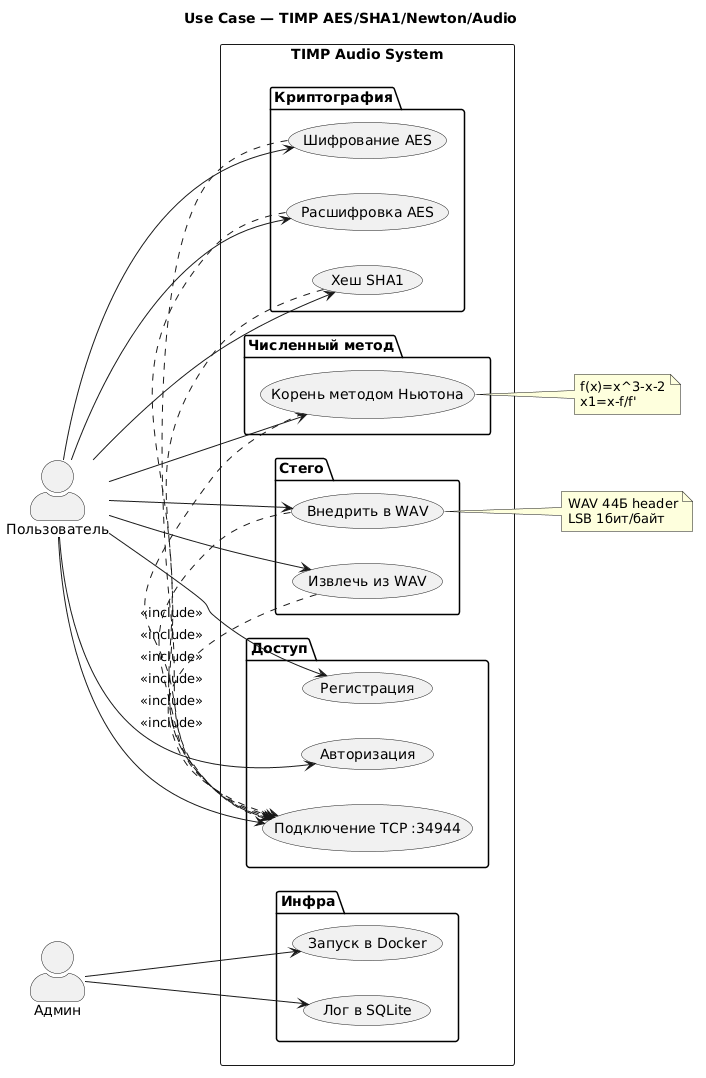
This is Docs/diagrams/usecase.png from mongol110/TIMP_2026, a PlantUML export, as it was before one commit.
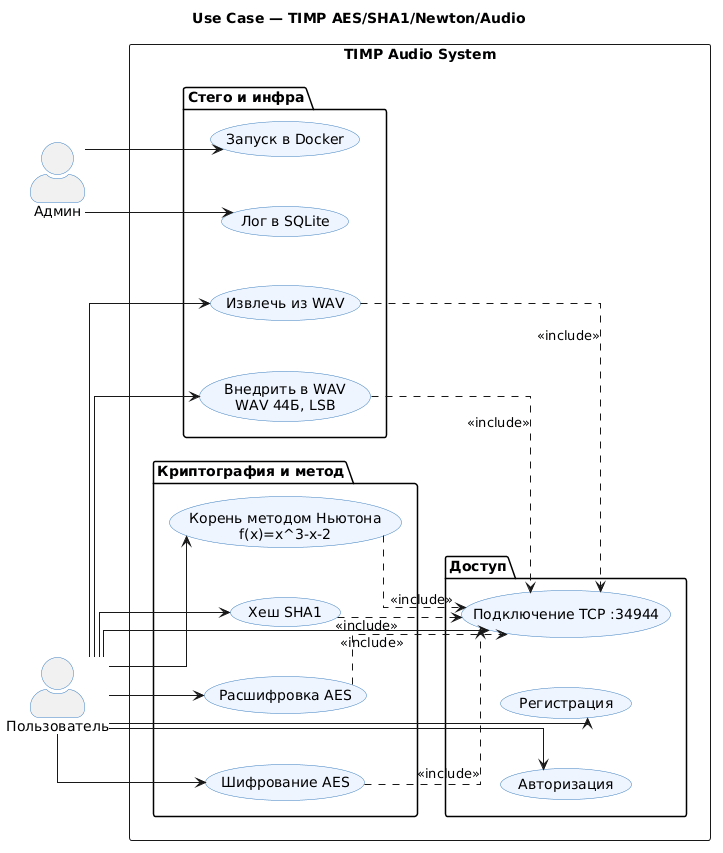
After the change.

Commit message:
fix(docs): untangle usecase includes, inline notes

The edit, as a diff of the source:
```diff
@@ -1,32 +1,42 @@
 @startuml UseCase_Audio
 skinparam actorStyle awesome
+skinparam usecaseBackgroundColor #EEF5FF
+skinparam usecaseBorderColor #3D7EBF
+skinparam actorBorderColor #3D7EBF
+skinparam linetype ortho
+skinparam nodesep 50
+skinparam ranksep 60
+
 title Use Case — TIMP AES/SHA1/Newton/Audio
+
 left to right direction
+
 actor "Пользователь" as User
 actor "Админ" as Admin
+
 rectangle "TIMP Audio System" {
-  package "Доступ" {
-    usecase "Регистрация" as UC_REG
-    usecase "Авторизация" as UC_AUTH
-    usecase "Подключение TCP :34944" as UC_CONN
-  }
-  package "Криптография" {
+
+  package "Криптография и метод" {
     usecase "Шифрование AES" as UC_AE
     usecase "Расшифровка AES" as UC_AD
     usecase "Хеш SHA1" as UC_SHA
+    usecase "Корень методом Ньютона\nf(x)=x^3-x-2" as UC_NEW
   }
-  package "Численный метод" {
-    usecase "Корень методом Ньютона" as UC_NEW
+
+  package "Доступ" {
+    usecase "Подключение TCP :34944" as UC_CONN
+    usecase "Регистрация" as UC_REG
+    usecase "Авторизация" as UC_AUTH
   }
-  package "Стего" {
-    usecase "Внедрить в WAV" as UC_EMB
+
+  package "Стего и инфра" {
+    usecase "Внедрить в WAV\nWAV 44Б, LSB" as UC_EMB
     usecase "Извлечь из WAV" as UC_EXT
-  }
-  package "Инфра" {
     usecase "Лог в SQLite" as UC_LOG
     usecase "Запуск в Docker" as UC_DOC
   }
 }
+
 User --> UC_CONN
 User --> UC_REG
 User --> UC_AUTH
@@ -38,18 +48,12 @@
 User --> UC_EXT
 Admin --> UC_DOC
 Admin --> UC_LOG
-UC_AE .> UC_CONN : <<include>>
-UC_AD .> UC_CONN : <<include>>
-UC_SHA .> UC_CONN : <<include>>
-UC_NEW .> UC_CONN : <<include>>
-UC_EMB .> UC_CONN : <<include>>
-UC_EXT .> UC_CONN : <<include>>
-note right of UC_NEW
-  f(x)=x^3-x-2
-  x1=x-f/f'
-end note
-note right of UC_EMB
-  WAV 44Б header
-  LSB 1бит/байт
-end note
+
+UC_AE ..> UC_CONN : <<include>>
+UC_AD ..> UC_CONN : <<include>>
+UC_SHA ..> UC_CONN : <<include>>
+UC_NEW ..> UC_CONN : <<include>>
+UC_EMB ..> UC_CONN : <<include>>
+UC_EXT ..> UC_CONN : <<include>>
+
 @enduml
```
